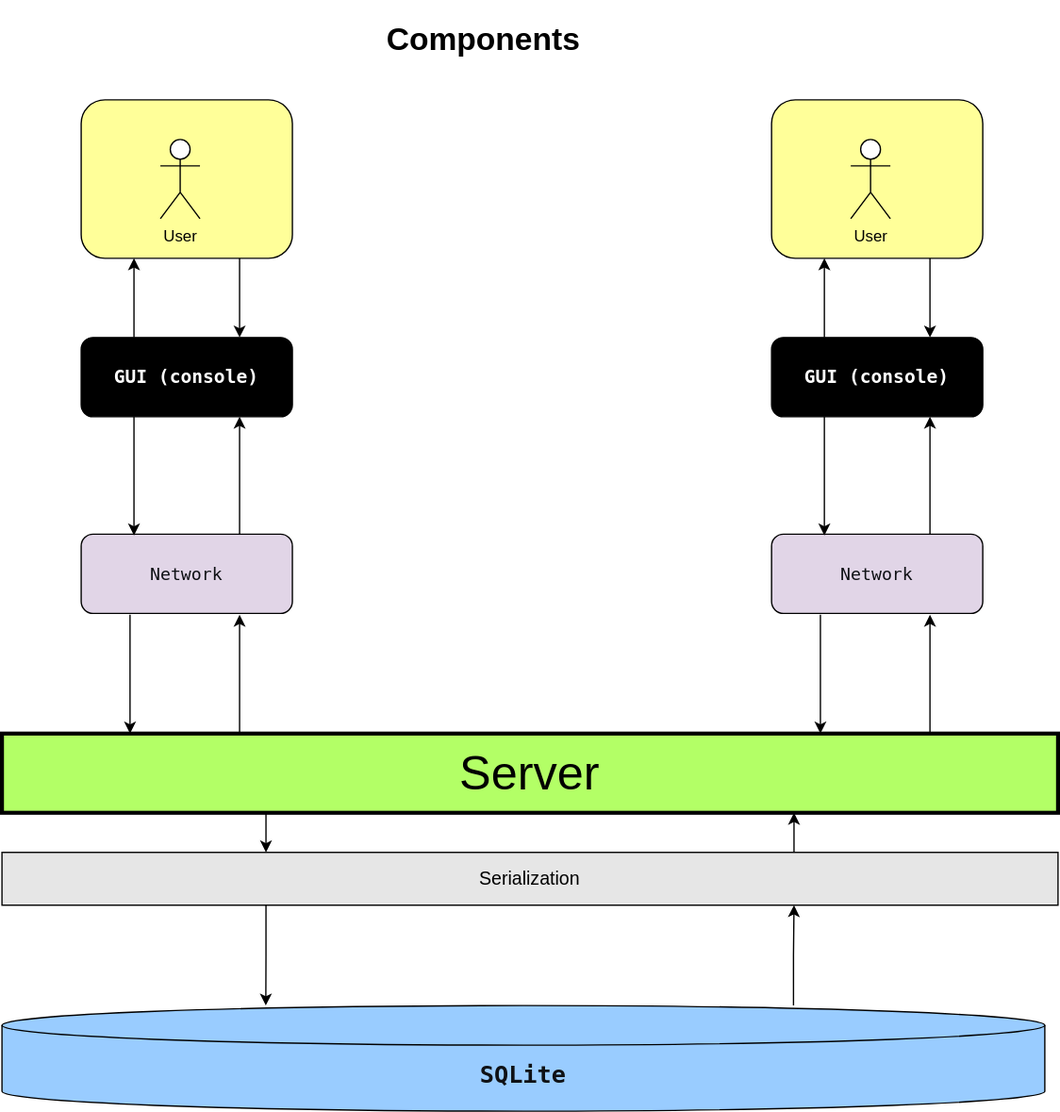
CheskisVladimir/MessengerV keeps this draw.io diagram as Documentation/Diagrams/Components.drawio.svg. Above is the earlier version. Source tidied: cells renumbered, new cells last; positions are measured from the earlier drawing's top-left corner, leaving out a move shared by most shapes.
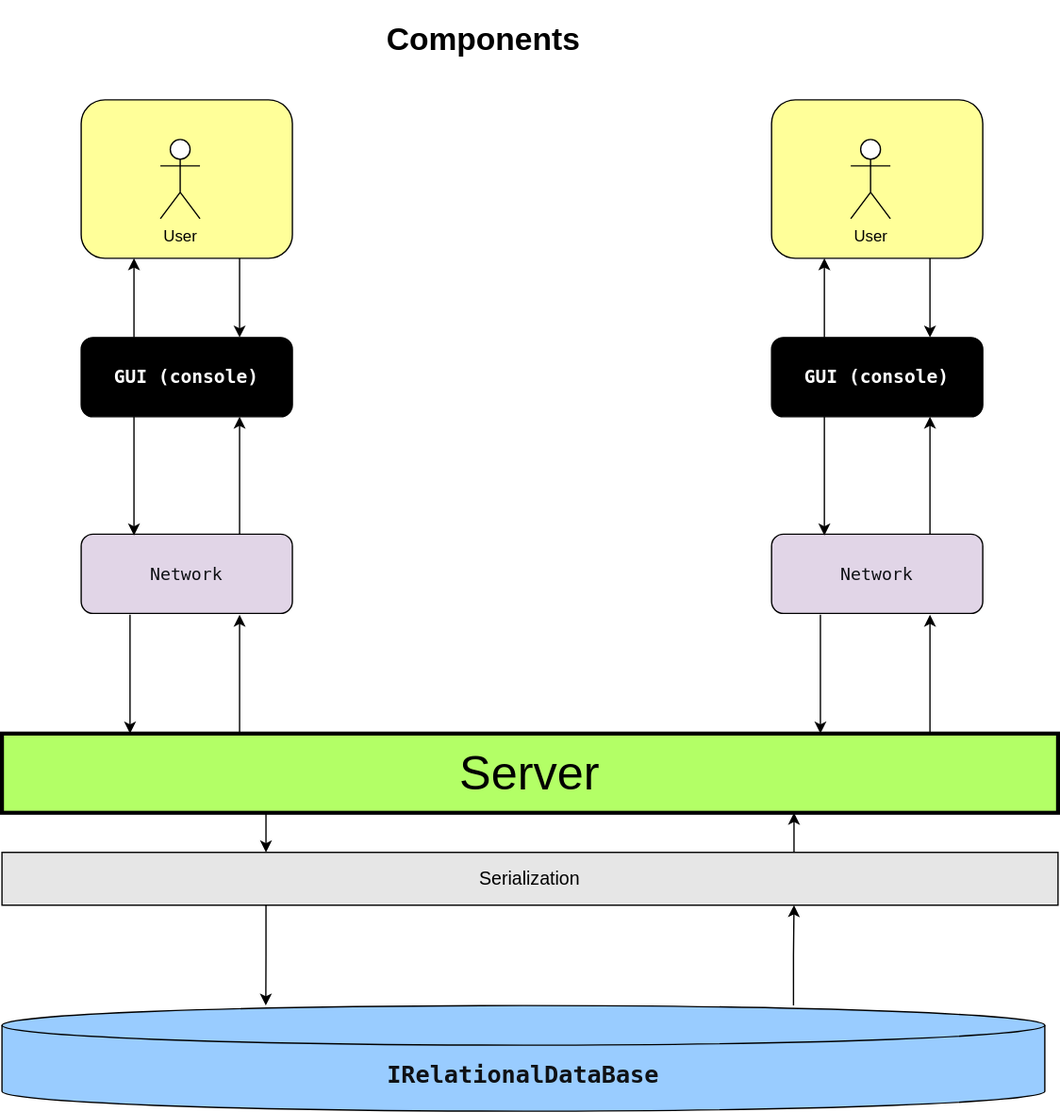
The same file after the commit.

Diff of the diagram source:
```diff
@@ -90,7 +90,7 @@
     <mxCell id="25" value="&lt;font style=&quot;font-size: 14px;&quot;&gt;Serialization&lt;/font&gt;" style="rounded=0;whiteSpace=wrap;html=1;fillColor=#E6E6E6;" parent="1" vertex="1">
       <mxGeometry y="630" width="800" height="40" as="geometry" />
     </mxCell>
-    <mxCell id="26" value="&lt;pre style=&quot;font-variant-numeric: normal; font-variant-east-asian: normal; font-variant-alternates: normal; font-size-adjust: none; font-kerning: auto; font-optical-sizing: auto; font-feature-settings: normal; font-variation-settings: normal; font-variant-position: normal; font-variant-emoji: normal; font-stretch: normal; line-height: 22px; font-family: Menlo, Monaco, Consolas, &amp;quot;Cascadia Mono&amp;quot;, &amp;quot;Ubuntu Mono&amp;quot;, &amp;quot;DejaVu Sans Mono&amp;quot;, &amp;quot;Liberation Mono&amp;quot;, &amp;quot;JetBrains Mono&amp;quot;, &amp;quot;Fira Code&amp;quot;, Cousine, &amp;quot;Roboto Mono&amp;quot;, &amp;quot;Courier New&amp;quot;, Courier, sans-serif, system-ui; overflow: auto; text-wrap-mode: wrap; word-break: break-all; padding: 16px; color: rgb(15, 17, 21); text-align: start; margin: 0px !important;&quot;&gt;&lt;b style=&quot;&quot;&gt;&lt;font style=&quot;font-size: 18px;&quot;&gt;SQLite&lt;/font&gt;&lt;/b&gt;&lt;/pre&gt;" style="shape=cylinder3;whiteSpace=wrap;html=1;boundedLbl=1;backgroundOutline=1;size=15;fillColor=#99CCFF;" parent="1" vertex="1">
+    <mxCell id="26" value="&lt;pre style=&quot;font-variant-numeric: normal; font-variant-east-asian: normal; font-variant-alternates: normal; font-size-adjust: none; font-kerning: auto; font-optical-sizing: auto; font-feature-settings: normal; font-variation-settings: normal; font-variant-position: normal; font-variant-emoji: normal; font-stretch: normal; line-height: 22px; font-family: Menlo, Monaco, Consolas, &amp;quot;Cascadia Mono&amp;quot;, &amp;quot;Ubuntu Mono&amp;quot;, &amp;quot;DejaVu Sans Mono&amp;quot;, &amp;quot;Liberation Mono&amp;quot;, &amp;quot;JetBrains Mono&amp;quot;, &amp;quot;Fira Code&amp;quot;, Cousine, &amp;quot;Roboto Mono&amp;quot;, &amp;quot;Courier New&amp;quot;, Courier, sans-serif, system-ui; overflow: auto; text-wrap-mode: wrap; word-break: break-all; padding: 16px; color: rgb(15, 17, 21); text-align: start; margin: 0px !important;&quot;&gt;&lt;b style=&quot;&quot;&gt;&lt;font style=&quot;font-size: 18px;&quot;&gt;IRelationalDataBase&lt;/font&gt;&lt;/b&gt;&lt;/pre&gt;" style="shape=cylinder3;whiteSpace=wrap;html=1;boundedLbl=1;backgroundOutline=1;size=15;fillColor=#99CCFF;" parent="1" vertex="1">
       <mxGeometry y="746" width="790" height="80" as="geometry" />
     </mxCell>
     <mxCell id="27" style="edgeStyle=orthogonalEdgeStyle;rounded=0;jettySize=auto;html=1;exitX=0.25;exitY=1;exitDx=0;exitDy=0;entryX=0.253;entryY=0;entryDx=0;entryDy=0;entryPerimeter=0;" parent="1" edge="1" source="25" target="26">
```
